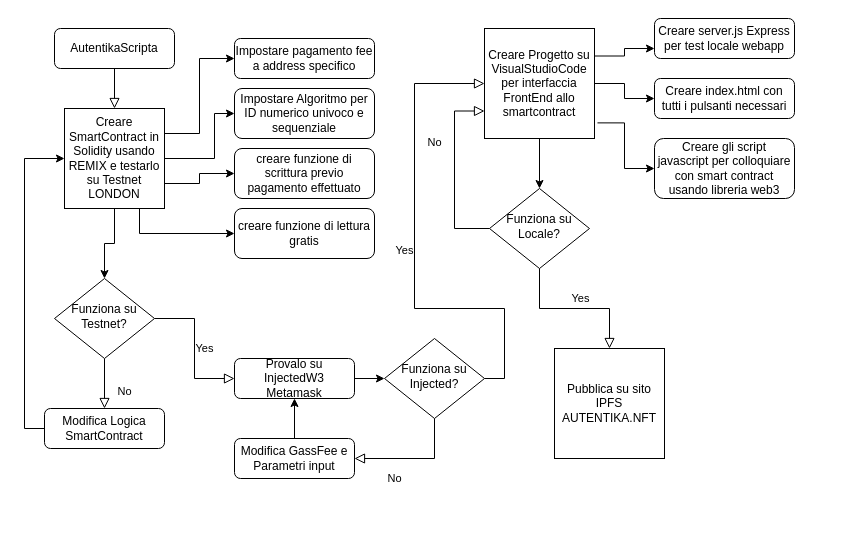
SmartCorporate/AUTENTIKASCRIPTA keeps this draw.io diagram as Untitled Diagram.drawio. Above is the earlier version. Source tidied: cells renumbered, new cells numbered last; positions are measured from the earlier drawing's top-left corner, leaving out a move shared by most shapes. Both pictures are drawn from the tidied source at 100%, with x=0, y=0 at pixel (44, 18).
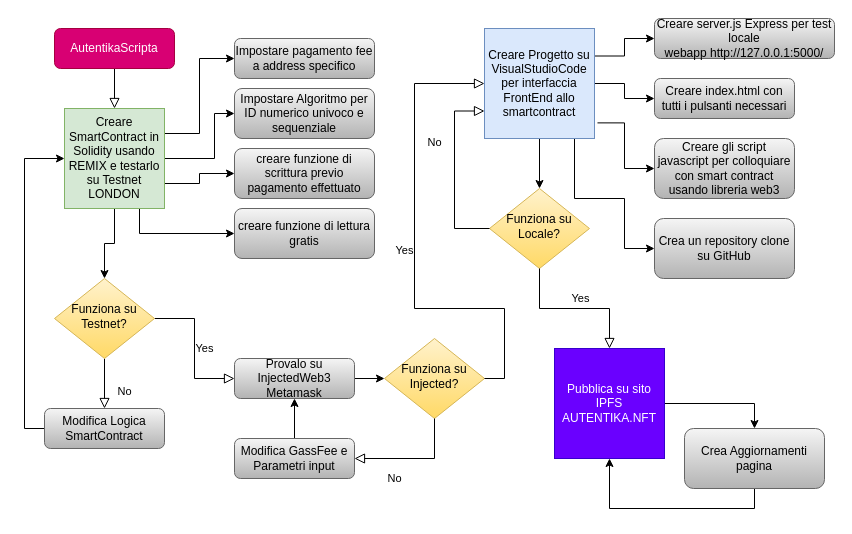
After the change.

What changed in the source:
```diff
@@
-    <mxCell id="3" value="AutentikaScripta" style="rounded=1;whiteSpace=wrap;html=1;fontSize=12;glass=0;strokeWidth=1;shadow=0;" parent="1" vertex="1">
+    <mxCell id="3" value="AutentikaScripta" style="rounded=1;whiteSpace=wrap;html=1;fontSize=12;glass=0;strokeWidth=1;shadow=0;fillColor=#d80073;strokeColor=#A50040;fontColor=#ffffff;" parent="1" vertex="1">
       <mxGeometry x="10" y="10" width="120" height="40" as="geometry" />
     </mxCell>
-    <mxCell id="4" value="Impostare pagamento fee a address specifico" style="rounded=1;whiteSpace=wrap;html=1;fontSize=12;glass=0;strokeWidth=1;shadow=0;" parent="1" vertex="1">
+    <mxCell id="4" value="Impostare pagamento fee a address specifico" style="rounded=1;whiteSpace=wrap;html=1;fontSize=12;glass=0;strokeWidth=1;shadow=0;fillColor=#f5f5f5;gradientColor=#b3b3b3;strokeColor=#666666;" parent="1" vertex="1">
       <mxGeometry x="190" y="20" width="140" height="40" as="geometry" />
     </mxCell>
@@
-    <mxCell id="7" value="Funziona su Testnet?" style="rhombus;whiteSpace=wrap;html=1;shadow=0;fontFamily=Helvetica;fontSize=12;align=center;strokeWidth=1;spacing=6;spacingTop=-4;" parent="1" vertex="1">
+    <mxCell id="7" value="Funziona su Testnet?" style="rhombus;whiteSpace=wrap;html=1;shadow=0;fontFamily=Helvetica;fontSize=12;align=center;strokeWidth=1;spacing=6;spacingTop=-4;fillColor=#fff2cc;gradientColor=#ffd966;strokeColor=#d6b656;" parent="1" vertex="1">
       <mxGeometry x="10" y="260" width="100" height="80" as="geometry" />
     </mxCell>
@@
-    <mxCell id="9" value="Modifica Logica SmartContract" style="rounded=1;whiteSpace=wrap;html=1;fontSize=12;glass=0;strokeWidth=1;shadow=0;" parent="1" vertex="1">
+    <mxCell id="9" value="Modifica Logica SmartContract" style="rounded=1;whiteSpace=wrap;html=1;fontSize=12;glass=0;strokeWidth=1;shadow=0;fillColor=#f5f5f5;gradientColor=#b3b3b3;strokeColor=#666666;" parent="1" vertex="1">
       <mxGeometry y="390" width="120" height="40" as="geometry" />
     </mxCell>
@@
-    <mxCell id="11" value="Provalo su InjectedW3 Metamask" style="rounded=1;whiteSpace=wrap;html=1;fontSize=12;glass=0;strokeWidth=1;shadow=0;" parent="1" vertex="1">
+    <mxCell id="11" value="Provalo su InjectedWeb3 Metamask" style="rounded=1;whiteSpace=wrap;html=1;fontSize=12;glass=0;strokeWidth=1;shadow=0;fillColor=#f5f5f5;gradientColor=#b3b3b3;strokeColor=#666666;" parent="1" vertex="1">
       <mxGeometry x="190" y="340" width="120" height="40" as="geometry" />
     </mxCell>
@@
-    <mxCell id="17" value="Creare SmartContract in Solidity usando REMIX e testarlo su Testnet LONDON" style="whiteSpace=wrap;html=1;" parent="1" vertex="1">
+    <mxCell id="17" value="Creare SmartContract in Solidity usando REMIX e testarlo su Testnet LONDON" style="whiteSpace=wrap;html=1;fillColor=#d5e8d4;strokeColor=#82b366;" parent="1" vertex="1">
       <mxGeometry x="20" y="90" width="100" height="100" as="geometry" />
     </mxCell>
-    <mxCell id="18" value="Impostare Algoritmo per ID numerico univoco e sequenziale" style="rounded=1;whiteSpace=wrap;html=1;fontSize=12;glass=0;strokeWidth=1;shadow=0;" parent="1" vertex="1">
+    <mxCell id="18" value="Impostare Algoritmo per ID numerico univoco e sequenziale" style="rounded=1;whiteSpace=wrap;html=1;fontSize=12;glass=0;strokeWidth=1;shadow=0;fillColor=#f5f5f5;gradientColor=#b3b3b3;strokeColor=#666666;" parent="1" vertex="1">
       <mxGeometry x="190" y="70" width="140" height="50" as="geometry" />
     </mxCell>
-    <mxCell id="19" value="creare funzione di scrittura previo pagamento effettuato" style="rounded=1;whiteSpace=wrap;html=1;fontSize=12;glass=0;strokeWidth=1;shadow=0;" parent="1" vertex="1">
+    <mxCell id="19" value="creare funzione di scrittura previo pagamento effettuato" style="rounded=1;whiteSpace=wrap;html=1;fontSize=12;glass=0;strokeWidth=1;shadow=0;fillColor=#f5f5f5;gradientColor=#b3b3b3;strokeColor=#666666;" parent="1" vertex="1">
       <mxGeometry x="190" y="130" width="140" height="50" as="geometry" />
     </mxCell>
-    <mxCell id="20" value="creare funzione di lettura gratis" style="rounded=1;whiteSpace=wrap;html=1;fontSize=12;glass=0;strokeWidth=1;shadow=0;" parent="1" vertex="1">
+    <mxCell id="20" value="creare funzione di lettura gratis" style="rounded=1;whiteSpace=wrap;html=1;fontSize=12;glass=0;strokeWidth=1;shadow=0;fillColor=#f5f5f5;gradientColor=#b3b3b3;strokeColor=#666666;" parent="1" vertex="1">
       <mxGeometry x="190" y="190" width="140" height="50" as="geometry" />
     </mxCell>
-    <mxCell id="21" value="Funziona su Injected?" style="rhombus;whiteSpace=wrap;html=1;shadow=0;fontFamily=Helvetica;fontSize=12;align=center;strokeWidth=1;spacing=6;spacingTop=-4;" parent="1" vertex="1">
+    <mxCell id="21" value="Funziona su Injected?" style="rhombus;whiteSpace=wrap;html=1;shadow=0;fontFamily=Helvetica;fontSize=12;align=center;strokeWidth=1;spacing=6;spacingTop=-4;fillColor=#fff2cc;gradientColor=#ffd966;strokeColor=#d6b656;" parent="1" vertex="1">
       <mxGeometry x="340" y="320" width="100" height="80" as="geometry" />
     </mxCell>
@@
-    <mxCell id="24" value="Modifica GassFee e Parametri input" style="rounded=1;whiteSpace=wrap;html=1;fontSize=12;glass=0;strokeWidth=1;shadow=0;" parent="1" vertex="1">
+    <mxCell id="24" value="Modifica GassFee e Parametri input" style="rounded=1;whiteSpace=wrap;html=1;fontSize=12;glass=0;strokeWidth=1;shadow=0;fillColor=#f5f5f5;gradientColor=#b3b3b3;strokeColor=#666666;" parent="1" vertex="1">
       <mxGeometry x="190" y="420" width="120" height="40" as="geometry" />
     </mxCell>
-    <mxCell id="25" style="edgeStyle=orthogonalEdgeStyle;rounded=0;jettySize=auto;html=1;exitX=1;exitY=0.25;exitDx=0;exitDy=0;entryX=0;entryY=0.75;entryDx=0;entryDy=0;" parent="1" edge="1" source="28" target="30">
+    <mxCell id="25" style="edgeStyle=orthogonalEdgeStyle;rounded=0;jettySize=auto;html=1;exitX=1;exitY=0.25;exitDx=0;exitDy=0;entryX=0;entryY=0.5;entryDx=0;entryDy=0;" parent="1" edge="1" source="28" target="30">
       <mxGeometry relative="1" as="geometry" />
     </mxCell>
@@
+    <mxCell id="38" style="edgeStyle=orthogonalEdgeStyle;rounded=0;jettySize=auto;html=1;exitX=0.75;exitY=1;exitDx=0;exitDy=0;entryX=0;entryY=0.5;entryDx=0;entryDy=0;" parent="1" edge="1" source="28" target="40">
+      <mxGeometry relative="1" as="geometry">
+        <Array as="points">
+          <mxPoint x="530" y="120" />
+          <mxPoint x="530" y="180" />
+          <mxPoint x="580" y="180" />
+          <mxPoint x="580" y="230" />
+        </Array>
+      </mxGeometry>
+    </mxCell>
-    <mxCell id="28" value="Creare Progetto su VisualStudioCode per interfaccia FrontEnd allo smartcontract" style="whiteSpace=wrap;html=1;" parent="1" vertex="1">
+    <mxCell id="28" value="Creare Progetto su VisualStudioCode per interfaccia FrontEnd allo smartcontract" style="whiteSpace=wrap;html=1;fillColor=#dae8fc;strokeColor=#6c8ebf;" parent="1" vertex="1">
       <mxGeometry x="440" y="10" width="110" height="110" as="geometry" />
     </mxCell>
@@
-    <mxCell id="30" value="Creare server.js Express per test locale webapp" style="rounded=1;whiteSpace=wrap;html=1;fontSize=12;glass=0;strokeWidth=1;shadow=0;" parent="1" vertex="1">
-      <mxGeometry x="610" width="140" height="40" as="geometry" />
+    <mxCell id="30" value="Creare server.js Express per test locale webapp&amp;nbsp;http://127.0.0.1:5000/" style="rounded=1;whiteSpace=wrap;html=1;fontSize=12;glass=0;strokeWidth=1;shadow=0;fillColor=#f5f5f5;gradientColor=#b3b3b3;strokeColor=#666666;" parent="1" vertex="1">
+      <mxGeometry x="610" width="180" height="40" as="geometry" />
     </mxCell>
-    <mxCell id="31" value="Creare index.html con tutti i pulsanti necessari" style="rounded=1;whiteSpace=wrap;html=1;fontSize=12;glass=0;strokeWidth=1;shadow=0;" parent="1" vertex="1">
+    <mxCell id="31" value="Creare index.html con tutti i pulsanti necessari" style="rounded=1;whiteSpace=wrap;html=1;fontSize=12;glass=0;strokeWidth=1;shadow=0;fillColor=#f5f5f5;gradientColor=#b3b3b3;strokeColor=#666666;" parent="1" vertex="1">
       <mxGeometry x="610" y="60" width="140" height="40" as="geometry" />
     </mxCell>
-    <mxCell id="32" value="Creare gli script javascript per colloquiare con smart contract usando libreria web3" style="rounded=1;whiteSpace=wrap;html=1;fontSize=12;glass=0;strokeWidth=1;shadow=0;" parent="1" vertex="1">
+    <mxCell id="32" value="Creare gli script javascript per colloquiare con smart contract usando libreria web3" style="rounded=1;whiteSpace=wrap;html=1;fontSize=12;glass=0;strokeWidth=1;shadow=0;fillColor=#f5f5f5;gradientColor=#b3b3b3;strokeColor=#666666;" parent="1" vertex="1">
       <mxGeometry x="610" y="120" width="140" height="60" as="geometry" />
     </mxCell>
@@
-    <mxCell id="34" value="Funziona su Locale?" style="rhombus;whiteSpace=wrap;html=1;shadow=0;fontFamily=Helvetica;fontSize=12;align=center;strokeWidth=1;spacing=6;spacingTop=-4;" parent="1" vertex="1">
+    <mxCell id="34" value="Funziona su Locale?" style="rhombus;whiteSpace=wrap;html=1;shadow=0;fontFamily=Helvetica;fontSize=12;align=center;strokeWidth=1;spacing=6;spacingTop=-4;fillColor=#fff2cc;gradientColor=#ffd966;strokeColor=#d6b656;" parent="1" vertex="1">
       <mxGeometry x="445" y="170" width="100" height="80" as="geometry" />
     </mxCell>
@@
+    <mxCell id="39" style="edgeStyle=orthogonalEdgeStyle;rounded=0;jettySize=auto;html=1;exitX=1;exitY=0.5;exitDx=0;exitDy=0;entryX=0.5;entryY=0;entryDx=0;entryDy=0;" parent="1" edge="1" source="37" target="42">
+      <mxGeometry relative="1" as="geometry" />
+    </mxCell>
-    <mxCell id="37" value="Pubblica su sito IPFS AUTENTIKA.NFT" style="whiteSpace=wrap;html=1;" parent="1" vertex="1">
+    <mxCell id="37" value="Pubblica su sito IPFS AUTENTIKA.NFT" style="whiteSpace=wrap;html=1;fillColor=#6a00ff;strokeColor=#3700CC;fontColor=#ffffff;" parent="1" vertex="1">
       <mxGeometry x="510" y="330" width="110" height="110" as="geometry" />
     </mxCell>
+    <mxCell id="40" value="Crea un repository clone su GitHub" style="rounded=1;whiteSpace=wrap;html=1;fontSize=12;glass=0;strokeWidth=1;shadow=0;fillColor=#f5f5f5;gradientColor=#b3b3b3;strokeColor=#666666;" parent="1" vertex="1">
+      <mxGeometry x="610" y="200" width="140" height="60" as="geometry" />
+    </mxCell>
+    <mxCell id="41" style="edgeStyle=orthogonalEdgeStyle;rounded=0;jettySize=auto;html=1;exitX=0.5;exitY=1;exitDx=0;exitDy=0;entryX=0.5;entryY=1;entryDx=0;entryDy=0;" parent="1" edge="1" source="42" target="37">
+      <mxGeometry relative="1" as="geometry" />
+    </mxCell>
+    <mxCell id="42" value="Crea Aggiornamenti pagina" style="rounded=1;whiteSpace=wrap;html=1;fontSize=12;glass=0;strokeWidth=1;shadow=0;fillColor=#f5f5f5;gradientColor=#b3b3b3;strokeColor=#666666;" parent="1" vertex="1">
+      <mxGeometry x="640" y="410" width="140" height="60" as="geometry" />
+    </mxCell>
```
